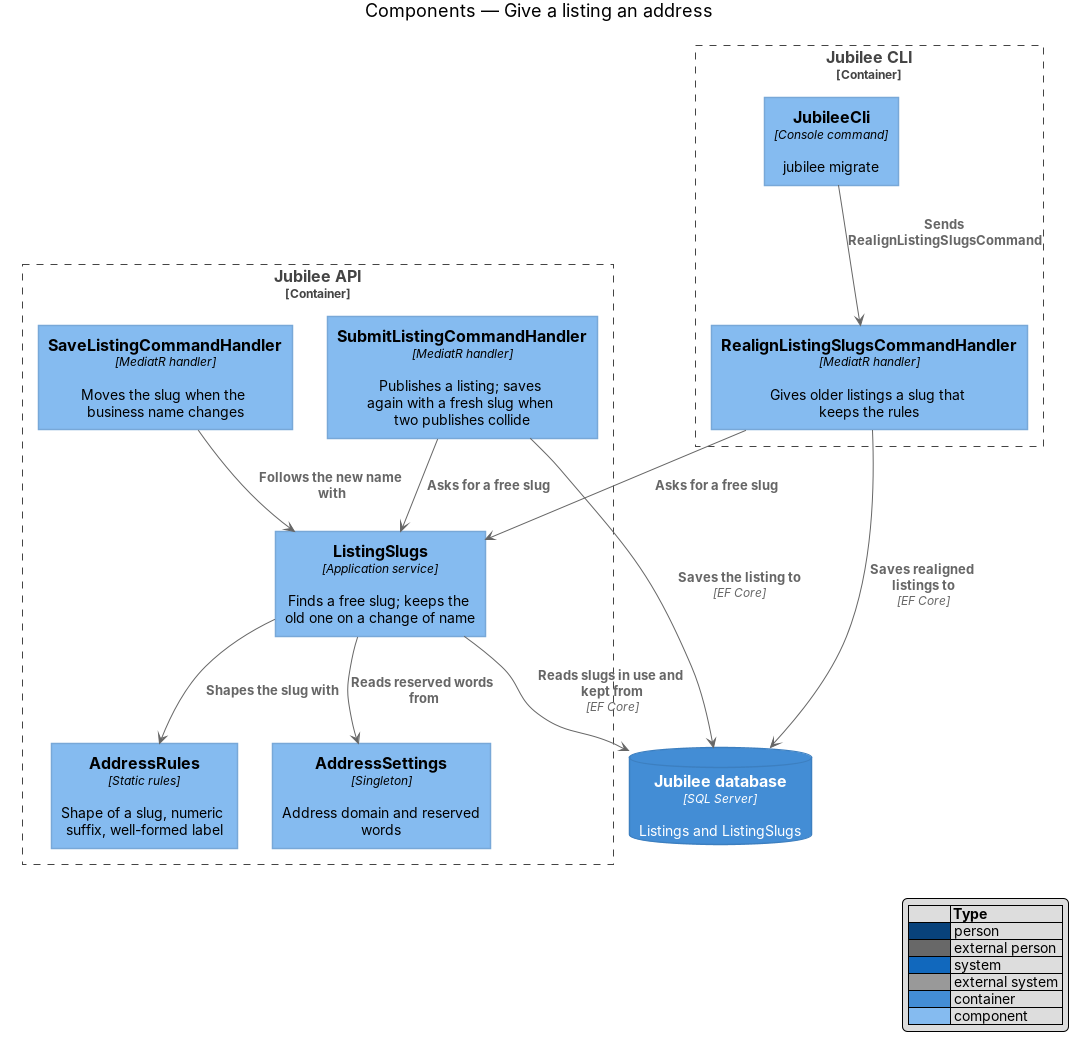
This is docs/detailed-designs/listings/give-listing-an-address/diagrams/c4-component.png from QuinntyneBrown/jubilee, a PlantUML export, as it was before one commit. Its source is kept beside it as docs/detailed-designs/listings/give-listing-an-address/diagrams/c4-component.puml.
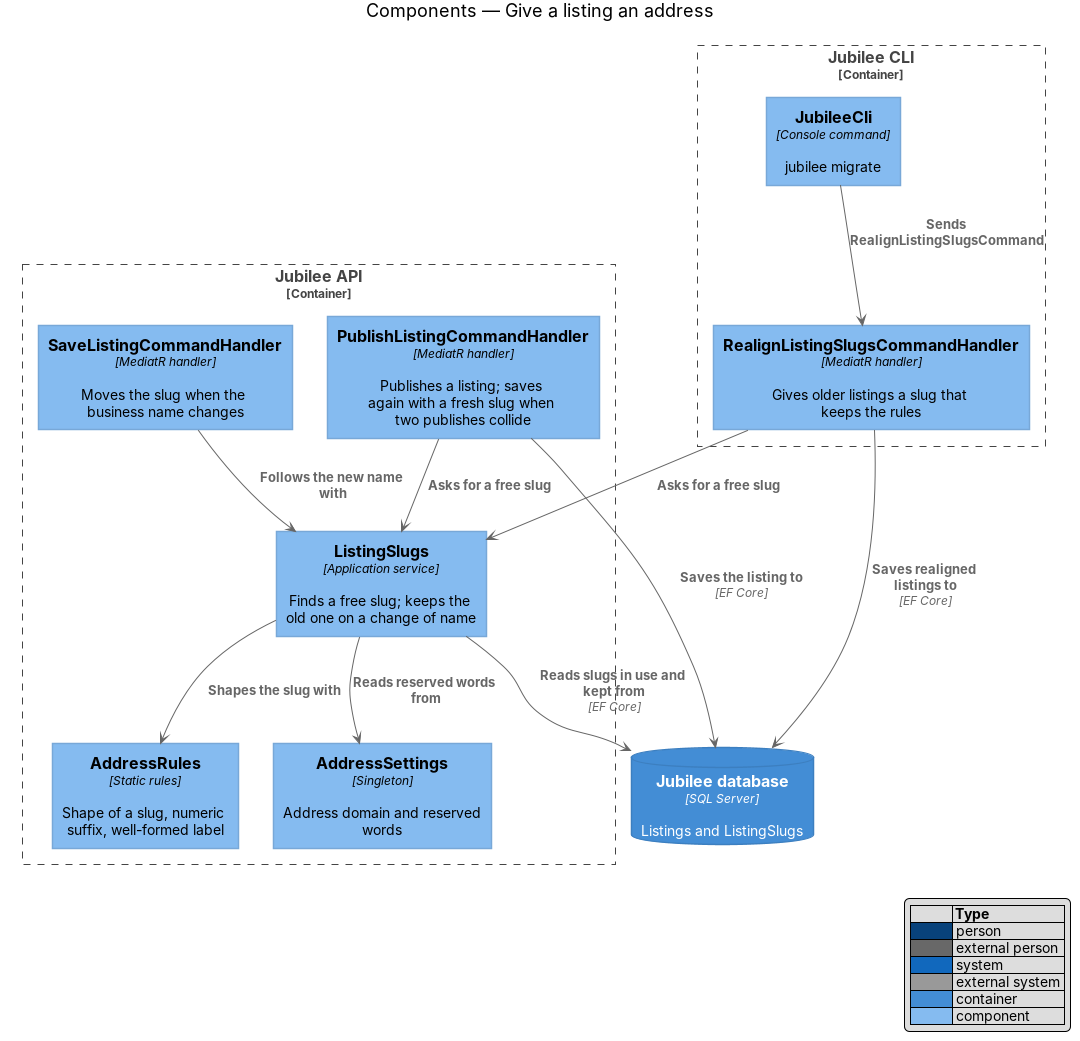
Above is the later version.

The edit, as a diff of the source:
```diff
@@ -4,7 +4,7 @@
 title Components — Give a listing an address
 
 Container_Boundary(api, "Jubilee API") {
-  Component(submit, "SubmitListingCommandHandler", "MediatR handler", "Publishes a listing; saves again with a fresh slug when two publishes collide")
+  Component(submit, "PublishListingCommandHandler", "MediatR handler", "Publishes a listing; saves again with a fresh slug when two publishes collide")
   Component(save, "SaveListingCommandHandler", "MediatR handler", "Moves the slug when the business name changes")
   Component(slugs, "ListingSlugs", "Application service", "Finds a free slug; keeps the old one on a change of name")
   Component(rules, "AddressRules", "Static rules", "Shape of a slug, numeric suffix, well-formed label")
```
